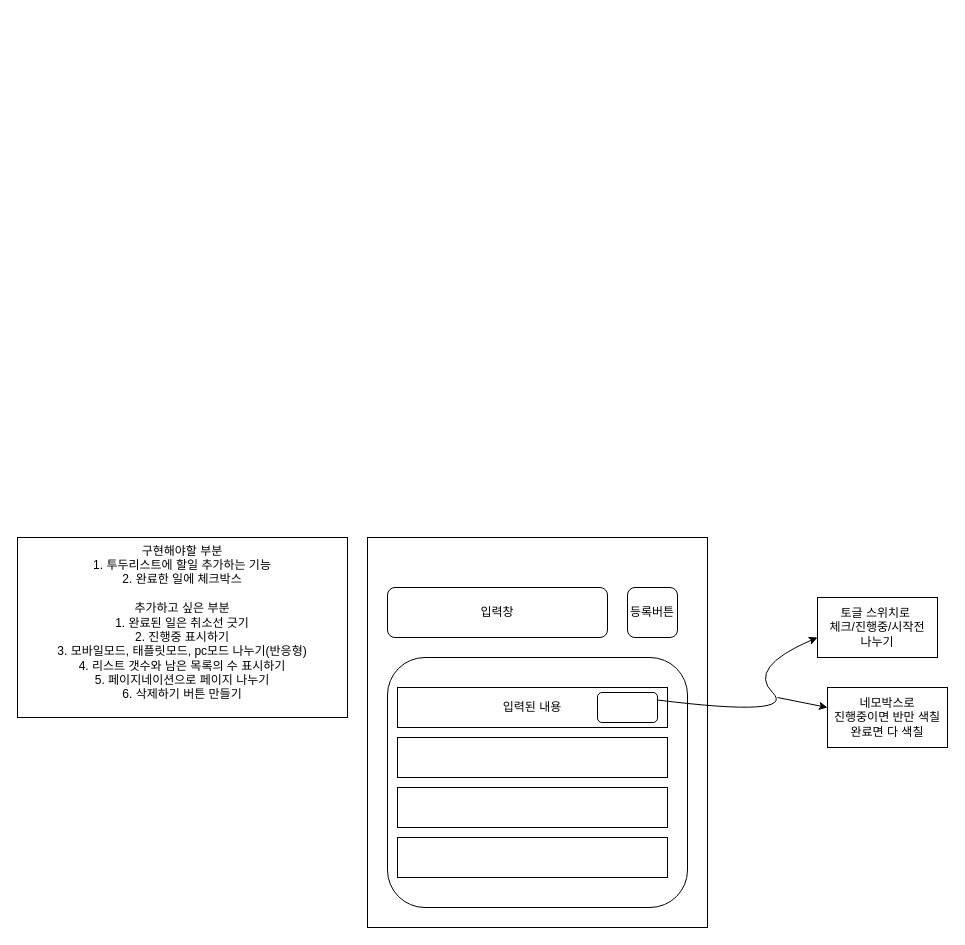
This is 투두리스트 목업.drawio from kijiwon/projcet-todoList, a draw.io file, before an edit. Source tidied: cells renumbered, new cells numbered last; positions are measured from the earlier drawing's top-left corner, leaving out a move shared by most shapes. Both pictures are drawn from the tidied source at 100%, with x=0, y=0 at pixel (17, 537).
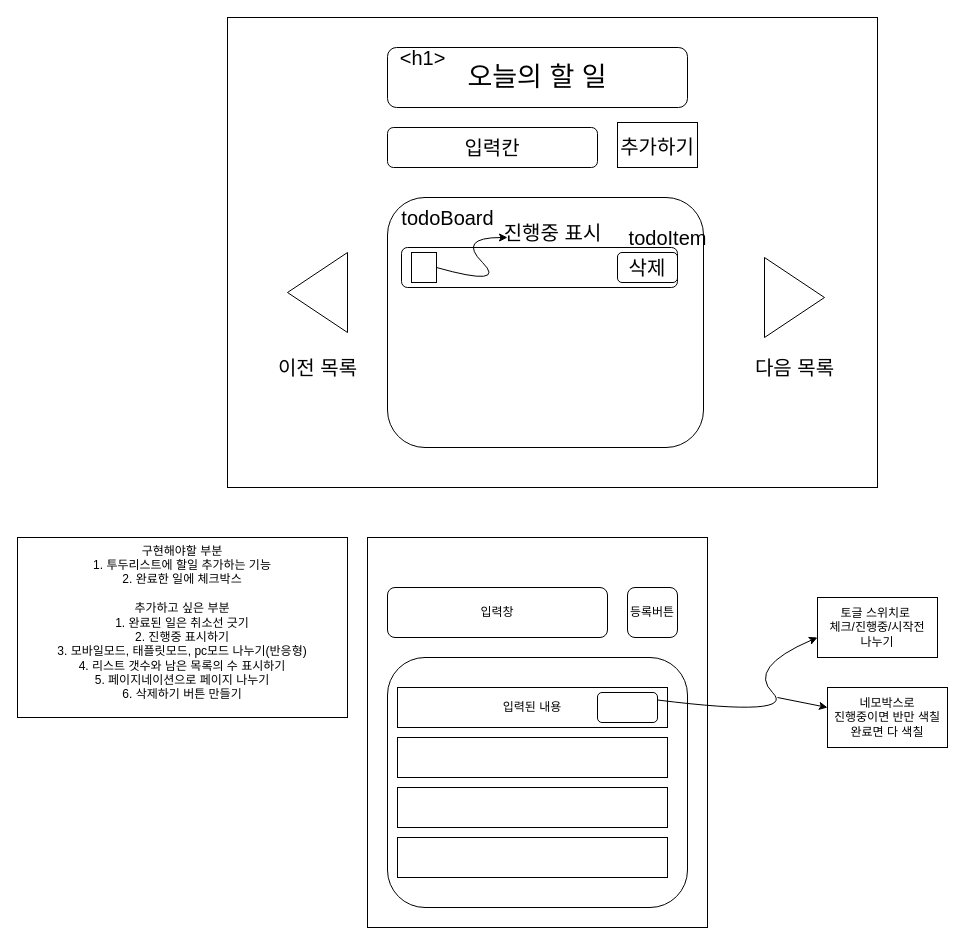
After the change.

Diff of the diagram source:
```diff
@@
+    <mxCell id="16" style="rounded=0;whiteSpace=wrap;html=1;" parent="1" vertex="1">
+      <mxGeometry x="210" y="-520" width="650" height="470" as="geometry" />
+    </mxCell>
+    <mxCell id="17" value="&lt;font style=&quot;font-size: 27px;&quot;&gt;오늘의 할 일&lt;/font&gt;" style="rounded=1;whiteSpace=wrap;html=1;align=center;" parent="1" vertex="1">
+      <mxGeometry x="370" y="-490" width="300" height="60" as="geometry" />
+    </mxCell>
+    <mxCell id="18" style="rounded=1;whiteSpace=wrap;html=1;fontSize=27;" parent="1" vertex="1">
+      <mxGeometry x="370" y="-340" width="316" height="250" as="geometry" />
+    </mxCell>
+    <mxCell id="19" value="&lt;font style=&quot;font-size: 20px;&quot;&gt;추가하기&lt;/font&gt;" style="rounded=0;whiteSpace=wrap;html=1;fontSize=27;" parent="1" vertex="1">
+      <mxGeometry x="600" y="-415" width="80" height="45" as="geometry" />
+    </mxCell>
+    <mxCell id="20" value="입력칸" style="rounded=1;whiteSpace=wrap;html=1;fontSize=20;" parent="1" vertex="1">
+      <mxGeometry x="370" y="-410" width="210" height="40" as="geometry" />
+    </mxCell>
+    <mxCell id="21" value="todoBoard" style="text;html=1;align=center;verticalAlign=middle;strokeColor=none;fillColor=none;fontSize=20;" parent="1" vertex="1">
+      <mxGeometry x="370" y="-340" width="120" height="40" as="geometry" />
+    </mxCell>
+    <mxCell id="22" value="&amp;lt;h1&amp;gt;" style="text;html=1;align=center;verticalAlign=middle;strokeColor=none;fillColor=none;fontSize=20;" parent="1" vertex="1">
+      <mxGeometry x="370" y="-500" width="70" height="40" as="geometry" />
+    </mxCell>
+    <mxCell id="23" value="todoItem" style="text;html=1;align=center;verticalAlign=middle;strokeColor=none;fillColor=none;fontSize=20;" parent="1" vertex="1">
+      <mxGeometry x="600" y="-320" width="100" height="40" as="geometry" />
+    </mxCell>
+    <mxCell id="24" style="rounded=1;whiteSpace=wrap;html=1;fontSize=20;" parent="1" vertex="1">
+      <mxGeometry x="384" y="-290" width="276" height="40" as="geometry" />
+    </mxCell>
+    <mxCell id="25" value="삭제" style="rounded=1;whiteSpace=wrap;html=1;fontSize=20;" parent="1" vertex="1">
+      <mxGeometry x="600" y="-285" width="60" height="30" as="geometry" />
+    </mxCell>
+    <mxCell id="26" style="rounded=0;whiteSpace=wrap;html=1;fontSize=20;" parent="1" vertex="1">
+      <mxGeometry x="394" y="-285" width="25" height="30" as="geometry" />
+    </mxCell>
+    <mxCell id="27" style="curved=1;endArrow=classic;html=1;rounded=0;fontSize=20;exitX=1;exitY=0.5;exitDx=0;exitDy=0;" parent="1" edge="1" source="26">
+      <mxGeometry relative="1" as="geometry">
+        <mxPoint x="490" y="-300" as="targetPoint" />
+        <Array as="points">
+          <mxPoint x="490" y="-250" />
+          <mxPoint x="440" y="-300" />
+        </Array>
+      </mxGeometry>
+    </mxCell>
+    <mxCell id="28" value="진행중 표시" style="text;html=1;align=center;verticalAlign=middle;strokeColor=none;fillColor=none;fontSize=20;" parent="1" vertex="1">
+      <mxGeometry x="475" y="-325" width="120" height="40" as="geometry" />
+    </mxCell>
+    <mxCell id="29" style="triangle;whiteSpace=wrap;html=1;fontSize=20;" parent="1" vertex="1">
+      <mxGeometry x="747" y="-280" width="60" height="80" as="geometry" />
+    </mxCell>
+    <mxCell id="30" style="triangle;whiteSpace=wrap;html=1;fontSize=20;direction=west;" parent="1" vertex="1">
+      <mxGeometry x="270" y="-285" width="60" height="80" as="geometry" />
+    </mxCell>
+    <mxCell id="31" value="이전 목록" style="text;html=1;align=center;verticalAlign=middle;strokeColor=none;fillColor=none;fontSize=20;" parent="1" vertex="1">
+      <mxGeometry x="250" y="-190" width="100" height="40" as="geometry" />
+    </mxCell>
+    <mxCell id="32" value="다음 목록" style="text;html=1;align=center;verticalAlign=middle;strokeColor=none;fillColor=none;fontSize=20;" parent="1" vertex="1">
+      <mxGeometry x="727" y="-190" width="100" height="40" as="geometry" />
+    </mxCell>
```
